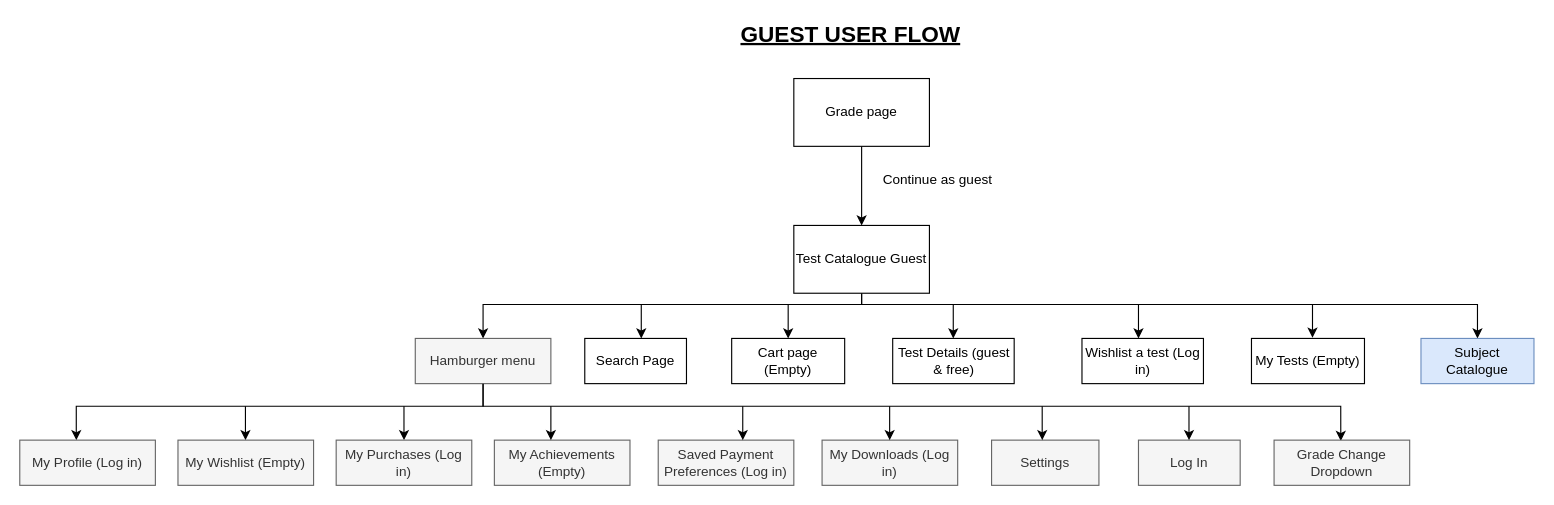
This is Untitled Diagram.drawio from NetraRk/Bookstore-website-html-css, a draw.io file, before an edit. Source tidied: cells renumbered, new cells numbered last; positions are measured from the earlier drawing's top-left corner, leaving out a move shared by most shapes. Both pictures are drawn from the tidied source at 113%, with x=0, y=0 at pixel (19, 21).
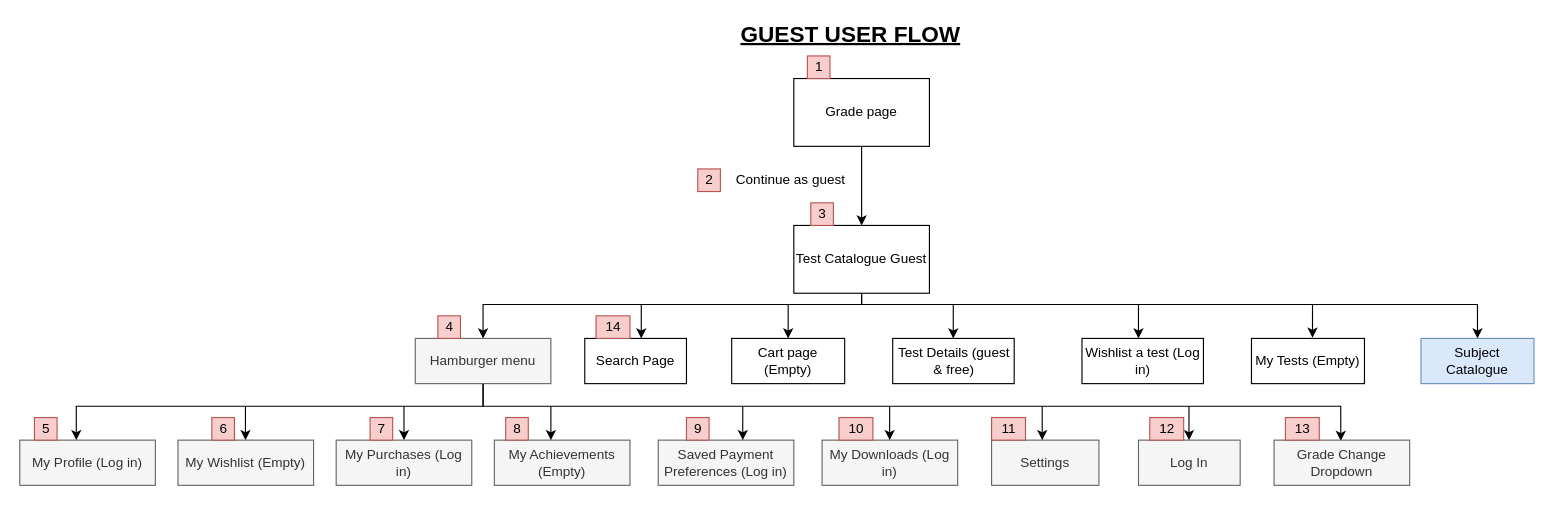
The same diagram, later.

Commit message:
Native App Flow

The edit, as a diff of the source:
```diff
@@
     <mxCell id="8" value="Continue as guest" style="text;html=1;strokeColor=none;fillColor=none;align=center;verticalAlign=middle;whiteSpace=wrap;rounded=0;" parent="1" vertex="1">
-      <mxGeometry x="760" y="130" width="105" height="20" as="geometry" />
+      <mxGeometry x="630" y="130" width="105" height="20" as="geometry" />
     </mxCell>
@@
+    <mxCell id="39" value="1" style="text;html=1;align=center;verticalAlign=middle;strokeColor=#b85450;fillColor=#f8cecc;" parent="1" vertex="1">
+      <mxGeometry x="697" y="30" width="20" height="20" as="geometry" />
+    </mxCell>
+    <mxCell id="40" value="2" style="text;html=1;align=center;verticalAlign=middle;strokeColor=#b85450;fillColor=#f8cecc;" parent="1" vertex="1">
+      <mxGeometry x="600" y="130" width="20" height="20" as="geometry" />
+    </mxCell>
+    <mxCell id="41" value="3" style="text;html=1;align=center;verticalAlign=middle;strokeColor=#b85450;fillColor=#f8cecc;" parent="1" vertex="1">
+      <mxGeometry x="700" y="160" width="20" height="20" as="geometry" />
+    </mxCell>
+    <mxCell id="42" value="4" style="text;html=1;align=center;verticalAlign=middle;strokeColor=#b85450;fillColor=#f8cecc;" parent="1" vertex="1">
+      <mxGeometry x="370" y="260" width="20" height="20" as="geometry" />
+    </mxCell>
+    <mxCell id="43" value="5" style="text;html=1;align=center;verticalAlign=middle;strokeColor=#b85450;fillColor=#f8cecc;" parent="1" vertex="1">
+      <mxGeometry x="13" y="350" width="20" height="20" as="geometry" />
+    </mxCell>
+    <mxCell id="44" value="6" style="text;html=1;align=center;verticalAlign=middle;strokeColor=#b85450;fillColor=#f8cecc;" parent="1" vertex="1">
+      <mxGeometry x="170" y="350" width="20" height="20" as="geometry" />
+    </mxCell>
+    <mxCell id="45" value="7" style="text;html=1;align=center;verticalAlign=middle;strokeColor=#b85450;fillColor=#f8cecc;" parent="1" vertex="1">
+      <mxGeometry x="310" y="350" width="20" height="20" as="geometry" />
+    </mxCell>
+    <mxCell id="46" value="8" style="text;html=1;align=center;verticalAlign=middle;strokeColor=#b85450;fillColor=#f8cecc;" parent="1" vertex="1">
+      <mxGeometry x="430" y="350" width="20" height="20" as="geometry" />
+    </mxCell>
+    <mxCell id="47" value="9" style="text;html=1;align=center;verticalAlign=middle;strokeColor=#b85450;fillColor=#f8cecc;" parent="1" vertex="1">
+      <mxGeometry x="590" y="350" width="20" height="20" as="geometry" />
+    </mxCell>
+    <mxCell id="48" value="10" style="text;html=1;align=center;verticalAlign=middle;strokeColor=#b85450;fillColor=#f8cecc;" parent="1" vertex="1">
+      <mxGeometry x="725" y="350" width="30" height="20" as="geometry" />
+    </mxCell>
+    <mxCell id="49" value="11" style="text;html=1;align=center;verticalAlign=middle;strokeColor=#b85450;fillColor=#f8cecc;" parent="1" vertex="1">
+      <mxGeometry x="860" y="350" width="30" height="20" as="geometry" />
+    </mxCell>
+    <mxCell id="50" value="12" style="text;html=1;align=center;verticalAlign=middle;strokeColor=#b85450;fillColor=#f8cecc;" parent="1" vertex="1">
+      <mxGeometry x="1000" y="350" width="30" height="20" as="geometry" />
+    </mxCell>
+    <mxCell id="51" value="13" style="text;html=1;align=center;verticalAlign=middle;strokeColor=#b85450;fillColor=#f8cecc;" parent="1" vertex="1">
+      <mxGeometry x="1120" y="350" width="30" height="20" as="geometry" />
+    </mxCell>
+    <mxCell id="52" value="14" style="text;html=1;align=center;verticalAlign=middle;strokeColor=#b85450;fillColor=#f8cecc;" parent="1" vertex="1">
+      <mxGeometry x="510" y="260" width="30" height="20" as="geometry" />
+    </mxCell>
```
